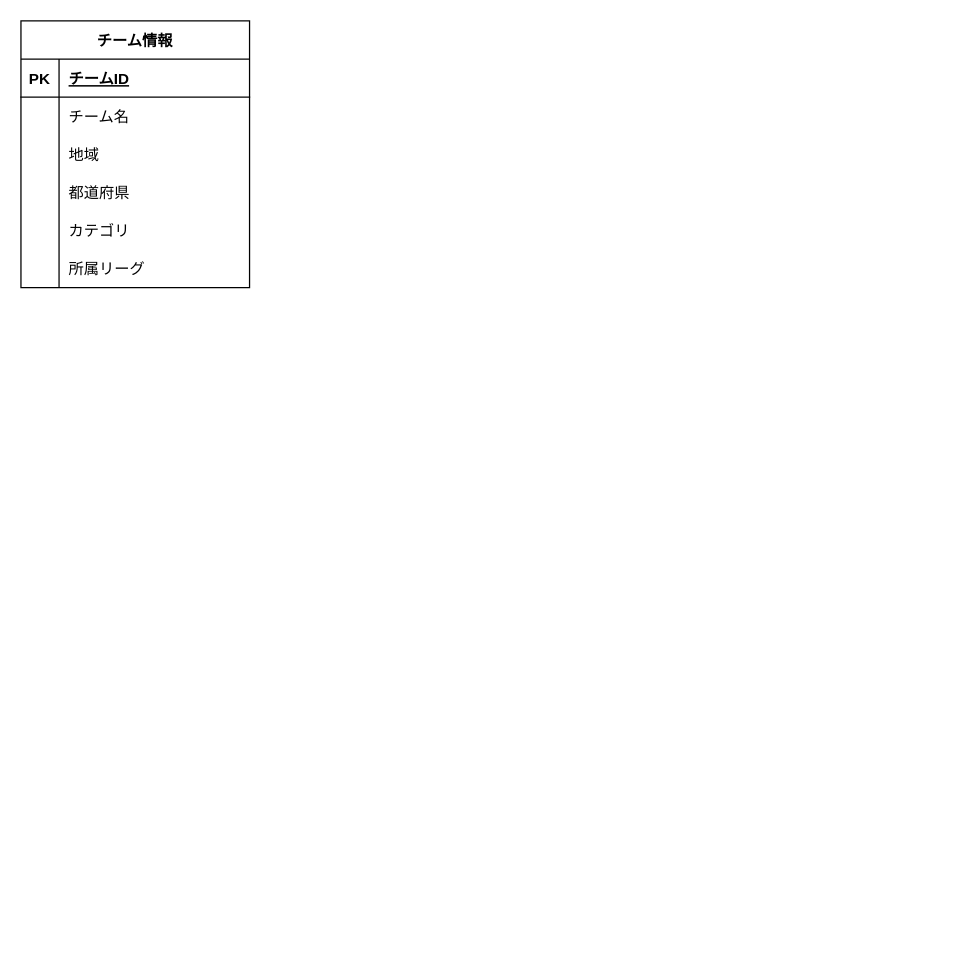
NagaoTadashi/football-matching-app keeps this draw.io diagram as docs/ERD.dio. Above is the earlier version. Source tidied: cells renumbered, new cells numbered last; positions are measured from the earlier drawing's top-left corner, leaving out a move shared by most shapes. Both pictures are drawn from the tidied source at 127%, with x=0, y=0 at pixel (20, 20).
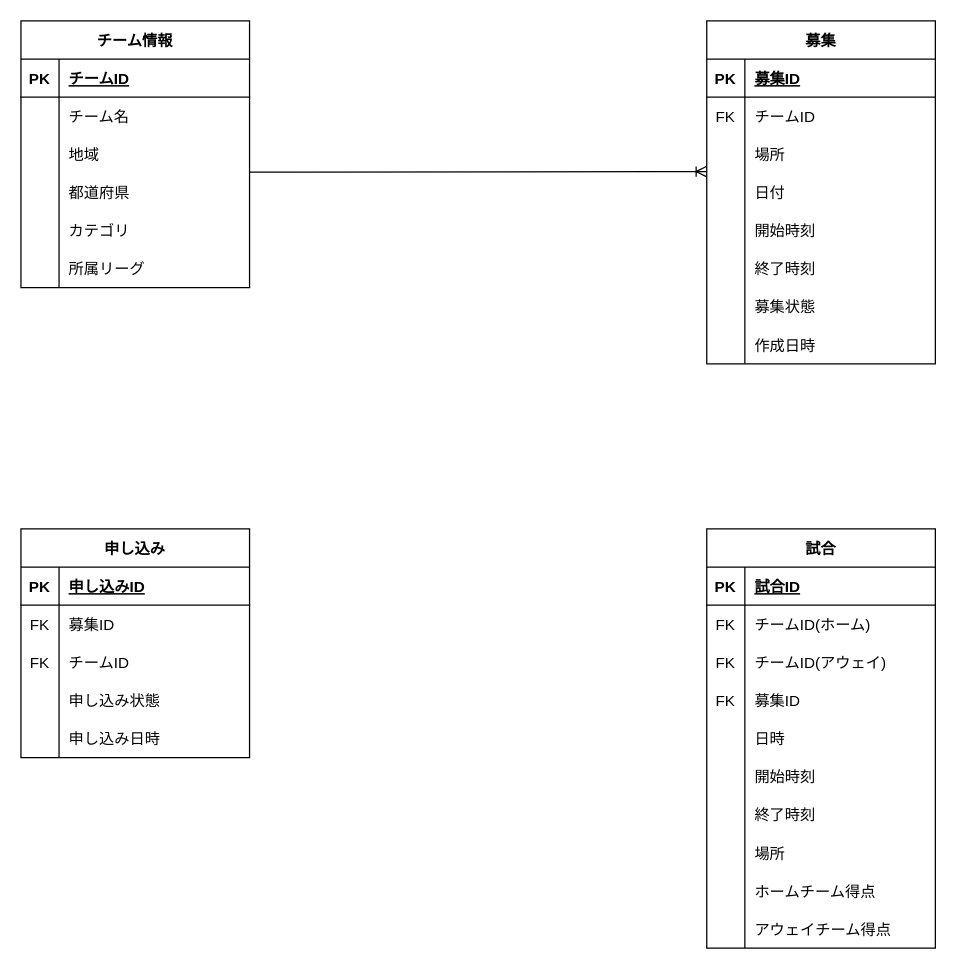
Above is the later version.

Commit message:
ER図を更新しました

Change to the diagram source:
```diff
@@
-    <mxCell id="21" style="shape=tableRow;horizontal=0;startSize=0;swimlaneHead=0;swimlaneBody=0;fillColor=none;top=0;left=0;right=0;bottom=0;" parent="1" vertex="1">
-      <mxGeometry x="230" y="338" width="180" height="30" as="geometry" />
-    </mxCell>
-    <mxCell id="22" style="shape=partialRectangle;fillColor=none;top=0;left=0;bottom=0;right=0;overflow=hidden;" parent="21" vertex="1">
-      <mxGeometry width="30" height="30" as="geometry" />
-    </mxCell>
+    <mxCell id="23" value="募集" style="shape=table;startSize=30;childLayout=tableLayout;rowLines=0;fontStyle=1;align=center;" parent="1" vertex="1">
+      <mxGeometry x="540" width="180" height="270" as="geometry" />
+    </mxCell>
+    <mxCell id="24" style="shape=tableRow;horizontal=0;startSize=0;swimlaneHead=0;swimlaneBody=0;fillColor=none;top=0;left=0;right=0;bottom=1;" parent="23" vertex="1">
+      <mxGeometry y="30" width="180" height="30" as="geometry" />
+    </mxCell>
+    <mxCell id="25" value="PK" style="shape=partialRectangle;fillColor=none;top=0;left=0;bottom=0;right=0;fontStyle=1;overflow=hidden;" parent="24" vertex="1">
+      <mxGeometry width="30" height="30" as="geometry" />
+    </mxCell>
+    <mxCell id="26" value="募集ID" style="shape=partialRectangle;fillColor=none;top=0;left=0;bottom=0;right=0;align=left;spacingLeft=6;fontStyle=5;overflow=hidden;" parent="24" vertex="1">
+      <mxGeometry x="30" width="150" height="30" as="geometry" />
+    </mxCell>
+    <mxCell id="27" style="shape=tableRow;horizontal=0;startSize=0;swimlaneHead=0;swimlaneBody=0;fillColor=none;top=0;left=0;right=0;bottom=0;" parent="23" vertex="1">
+      <mxGeometry y="60" width="180" height="30" as="geometry" />
+    </mxCell>
+    <mxCell id="28" value="FK" style="shape=partialRectangle;fillColor=none;top=0;left=0;bottom=0;right=0;overflow=hidden;" parent="27" vertex="1">
+      <mxGeometry width="30" height="30" as="geometry" />
+    </mxCell>
+    <mxCell id="29" value="チームID" style="shape=partialRectangle;fillColor=none;top=0;left=0;bottom=0;right=0;align=left;spacingLeft=6;overflow=hidden;" parent="27" vertex="1">
+      <mxGeometry x="30" width="150" height="30" as="geometry" />
+    </mxCell>
+    <mxCell id="30" style="shape=tableRow;horizontal=0;startSize=0;swimlaneHead=0;swimlaneBody=0;fillColor=none;points=[[0,0.5],[1,0.5]];portConstraint=eastwest;top=0;left=0;right=0;bottom=0;" parent="23" vertex="1">
+      <mxGeometry y="90" width="180" height="30" as="geometry" />
+    </mxCell>
+    <mxCell id="31" style="shape=partialRectangle;fillColor=none;top=0;left=0;bottom=0;right=0;overflow=hidden;" parent="30" vertex="1">
+      <mxGeometry width="30" height="30" as="geometry" />
+    </mxCell>
+    <mxCell id="32" value="場所" style="shape=partialRectangle;fillColor=none;top=0;left=0;bottom=0;right=0;align=left;spacingLeft=6;overflow=hidden;" parent="30" vertex="1">
+      <mxGeometry x="30" width="150" height="30" as="geometry" />
+    </mxCell>
+    <mxCell id="33" style="shape=tableRow;horizontal=0;startSize=0;swimlaneHead=0;swimlaneBody=0;fillColor=none;top=0;left=0;right=0;bottom=0;" parent="23" vertex="1">
+      <mxGeometry y="120" width="180" height="30" as="geometry" />
+    </mxCell>
+    <mxCell id="34" style="shape=partialRectangle;fillColor=none;top=0;left=0;bottom=0;right=0;overflow=hidden;" parent="33" vertex="1">
+      <mxGeometry width="30" height="30" as="geometry" />
+    </mxCell>
+    <mxCell id="35" value="日付" style="shape=partialRectangle;fillColor=none;top=0;left=0;bottom=0;right=0;align=left;spacingLeft=6;overflow=hidden;" parent="33" vertex="1">
+      <mxGeometry x="30" width="150" height="30" as="geometry" />
+    </mxCell>
+    <mxCell id="36" style="shape=tableRow;horizontal=0;startSize=0;swimlaneHead=0;swimlaneBody=0;fillColor=none;top=0;left=0;right=0;bottom=0;" parent="23" vertex="1">
+      <mxGeometry y="150" width="180" height="30" as="geometry" />
+    </mxCell>
+    <mxCell id="37" style="shape=partialRectangle;fillColor=none;top=0;left=0;bottom=0;right=0;overflow=hidden;" parent="36" vertex="1">
+      <mxGeometry width="30" height="30" as="geometry" />
+    </mxCell>
+    <mxCell id="38" value="開始時刻" style="shape=partialRectangle;fillColor=none;top=0;left=0;bottom=0;right=0;align=left;spacingLeft=6;overflow=hidden;" parent="36" vertex="1">
+      <mxGeometry x="30" width="150" height="30" as="geometry" />
+    </mxCell>
+    <mxCell id="39" style="shape=tableRow;horizontal=0;startSize=0;swimlaneHead=0;swimlaneBody=0;fillColor=none;top=0;left=0;right=0;bottom=0;" parent="23" vertex="1">
+      <mxGeometry y="180" width="180" height="30" as="geometry" />
+    </mxCell>
+    <mxCell id="40" style="shape=partialRectangle;fillColor=none;top=0;left=0;bottom=0;right=0;overflow=hidden;" parent="39" vertex="1">
+      <mxGeometry width="30" height="30" as="geometry" />
+    </mxCell>
+    <mxCell id="41" value="終了時刻" style="shape=partialRectangle;fillColor=none;top=0;left=0;bottom=0;right=0;align=left;spacingLeft=6;overflow=hidden;" parent="39" vertex="1">
+      <mxGeometry x="30" width="150" height="30" as="geometry" />
+    </mxCell>
+    <mxCell id="42" style="shape=tableRow;horizontal=0;startSize=0;swimlaneHead=0;swimlaneBody=0;fillColor=none;top=0;left=0;right=0;bottom=0;" parent="23" vertex="1">
+      <mxGeometry y="210" width="180" height="30" as="geometry" />
+    </mxCell>
+    <mxCell id="43" style="shape=partialRectangle;fillColor=none;top=0;left=0;bottom=0;right=0;overflow=hidden;" parent="42" vertex="1">
+      <mxGeometry width="30" height="30" as="geometry" />
+    </mxCell>
+    <mxCell id="44" value="募集状態" style="shape=partialRectangle;fillColor=none;top=0;left=0;bottom=0;right=0;align=left;spacingLeft=6;overflow=hidden;" parent="42" vertex="1">
+      <mxGeometry x="30" width="150" height="30" as="geometry" />
+    </mxCell>
+    <mxCell id="45" style="shape=tableRow;horizontal=0;startSize=0;swimlaneHead=0;swimlaneBody=0;fillColor=none;top=0;left=0;right=0;bottom=0;" parent="23" vertex="1">
+      <mxGeometry y="240" width="180" height="30" as="geometry" />
+    </mxCell>
+    <mxCell id="46" style="shape=partialRectangle;fillColor=none;top=0;left=0;bottom=0;right=0;overflow=hidden;" parent="45" vertex="1">
+      <mxGeometry width="30" height="30" as="geometry" />
+    </mxCell>
+    <mxCell id="47" value="作成日時" style="shape=partialRectangle;fillColor=none;top=0;left=0;bottom=0;right=0;align=left;spacingLeft=6;overflow=hidden;" parent="45" vertex="1">
+      <mxGeometry x="30" width="150" height="30" as="geometry" />
+    </mxCell>
+    <mxCell id="48" value="申し込み" style="shape=table;startSize=30;childLayout=tableLayout;rowLines=0;fontStyle=1;align=center;" parent="1" vertex="1">
+      <mxGeometry y="400" width="180" height="180" as="geometry" />
+    </mxCell>
+    <mxCell id="49" style="shape=tableRow;horizontal=0;startSize=0;swimlaneHead=0;swimlaneBody=0;fillColor=none;top=0;left=0;right=0;bottom=1;" parent="48" vertex="1">
+      <mxGeometry y="30" width="180" height="30" as="geometry" />
+    </mxCell>
+    <mxCell id="50" value="PK" style="shape=partialRectangle;fillColor=none;top=0;left=0;bottom=0;right=0;fontStyle=1;overflow=hidden;" parent="49" vertex="1">
+      <mxGeometry width="30" height="30" as="geometry" />
+    </mxCell>
+    <mxCell id="51" value="申し込みID" style="shape=partialRectangle;fillColor=none;top=0;left=0;bottom=0;right=0;align=left;spacingLeft=6;fontStyle=5;overflow=hidden;" parent="49" vertex="1">
+      <mxGeometry x="30" width="150" height="30" as="geometry" />
+    </mxCell>
+    <mxCell id="52" style="shape=tableRow;horizontal=0;startSize=0;swimlaneHead=0;swimlaneBody=0;fillColor=none;top=0;left=0;right=0;bottom=0;" parent="48" vertex="1">
+      <mxGeometry y="60" width="180" height="30" as="geometry" />
+    </mxCell>
+    <mxCell id="53" value="FK" style="shape=partialRectangle;fillColor=none;top=0;left=0;bottom=0;right=0;overflow=hidden;" parent="52" vertex="1">
+      <mxGeometry width="30" height="30" as="geometry" />
+    </mxCell>
+    <mxCell id="54" value="募集ID" style="shape=partialRectangle;fillColor=none;top=0;left=0;bottom=0;right=0;align=left;spacingLeft=6;overflow=hidden;" parent="52" vertex="1">
+      <mxGeometry x="30" width="150" height="30" as="geometry" />
+    </mxCell>
+    <mxCell id="55" style="shape=tableRow;horizontal=0;startSize=0;swimlaneHead=0;swimlaneBody=0;fillColor=none;top=0;left=0;right=0;bottom=0;" parent="48" vertex="1">
+      <mxGeometry y="90" width="180" height="30" as="geometry" />
+    </mxCell>
+    <mxCell id="56" value="FK" style="shape=partialRectangle;fillColor=none;top=0;left=0;bottom=0;right=0;overflow=hidden;" parent="55" vertex="1">
+      <mxGeometry width="30" height="30" as="geometry" />
+    </mxCell>
+    <mxCell id="57" value="チームID" style="shape=partialRectangle;fillColor=none;top=0;left=0;bottom=0;right=0;align=left;spacingLeft=6;overflow=hidden;" parent="55" vertex="1">
+      <mxGeometry x="30" width="150" height="30" as="geometry" />
+    </mxCell>
+    <mxCell id="58" style="shape=tableRow;horizontal=0;startSize=0;swimlaneHead=0;swimlaneBody=0;fillColor=none;top=0;left=0;right=0;bottom=0;" parent="48" vertex="1">
+      <mxGeometry y="120" width="180" height="30" as="geometry" />
+    </mxCell>
+    <mxCell id="59" style="shape=partialRectangle;fillColor=none;top=0;left=0;bottom=0;right=0;overflow=hidden;" parent="58" vertex="1">
+      <mxGeometry width="30" height="30" as="geometry" />
+    </mxCell>
+    <mxCell id="60" value="申し込み状態" style="shape=partialRectangle;fillColor=none;top=0;left=0;bottom=0;right=0;align=left;spacingLeft=6;overflow=hidden;" parent="58" vertex="1">
+      <mxGeometry x="30" width="150" height="30" as="geometry" />
+    </mxCell>
+    <mxCell id="61" style="shape=tableRow;horizontal=0;startSize=0;swimlaneHead=0;swimlaneBody=0;fillColor=none;top=0;left=0;right=0;bottom=0;" parent="48" vertex="1">
+      <mxGeometry y="150" width="180" height="30" as="geometry" />
+    </mxCell>
+    <mxCell id="62" style="shape=partialRectangle;fillColor=none;top=0;left=0;bottom=0;right=0;overflow=hidden;" parent="61" vertex="1">
+      <mxGeometry width="30" height="30" as="geometry" />
+    </mxCell>
+    <mxCell id="63" value="申し込み日時" style="shape=partialRectangle;fillColor=none;top=0;left=0;bottom=0;right=0;align=left;spacingLeft=6;overflow=hidden;" parent="61" vertex="1">
+      <mxGeometry x="30" width="150" height="30" as="geometry" />
+    </mxCell>
+    <mxCell id="64" value="試合" style="shape=table;startSize=30;childLayout=tableLayout;rowLines=0;fontStyle=1;align=center;" parent="1" vertex="1">
+      <mxGeometry x="540" y="400" width="180" height="330" as="geometry" />
+    </mxCell>
+    <mxCell id="65" style="shape=tableRow;horizontal=0;startSize=0;swimlaneHead=0;swimlaneBody=0;fillColor=none;top=0;left=0;right=0;bottom=1;" parent="64" vertex="1">
+      <mxGeometry y="30" width="180" height="30" as="geometry" />
+    </mxCell>
+    <mxCell id="66" value="PK" style="shape=partialRectangle;fillColor=none;top=0;left=0;bottom=0;right=0;fontStyle=1;overflow=hidden;" parent="65" vertex="1">
+      <mxGeometry width="30" height="30" as="geometry" />
+    </mxCell>
+    <mxCell id="67" value="試合ID" style="shape=partialRectangle;fillColor=none;top=0;left=0;bottom=0;right=0;align=left;spacingLeft=6;fontStyle=5;overflow=hidden;" parent="65" vertex="1">
+      <mxGeometry x="30" width="150" height="30" as="geometry" />
+    </mxCell>
+    <mxCell id="68" style="shape=tableRow;horizontal=0;startSize=0;swimlaneHead=0;swimlaneBody=0;fillColor=none;top=0;left=0;right=0;bottom=0;" parent="64" vertex="1">
+      <mxGeometry y="60" width="180" height="30" as="geometry" />
+    </mxCell>
+    <mxCell id="69" value="FK" style="shape=partialRectangle;fillColor=none;top=0;left=0;bottom=0;right=0;overflow=hidden;" parent="68" vertex="1">
+      <mxGeometry width="30" height="30" as="geometry" />
+    </mxCell>
+    <mxCell id="70" value="チームID(ホーム)" style="shape=partialRectangle;fillColor=none;top=0;left=0;bottom=0;right=0;align=left;spacingLeft=6;overflow=hidden;" parent="68" vertex="1">
+      <mxGeometry x="30" width="150" height="30" as="geometry" />
+    </mxCell>
+    <mxCell id="71" style="shape=tableRow;horizontal=0;startSize=0;swimlaneHead=0;swimlaneBody=0;fillColor=none;top=0;left=0;right=0;bottom=0;" parent="64" vertex="1">
+      <mxGeometry y="90" width="180" height="30" as="geometry" />
+    </mxCell>
+    <mxCell id="72" value="FK" style="shape=partialRectangle;fillColor=none;top=0;left=0;bottom=0;right=0;overflow=hidden;" parent="71" vertex="1">
+      <mxGeometry width="30" height="30" as="geometry" />
+    </mxCell>
+    <mxCell id="73" value="チームID(アウェイ)" style="shape=partialRectangle;fillColor=none;top=0;left=0;bottom=0;right=0;align=left;spacingLeft=6;overflow=hidden;" parent="71" vertex="1">
+      <mxGeometry x="30" width="150" height="30" as="geometry" />
+    </mxCell>
+    <mxCell id="74" style="shape=tableRow;horizontal=0;startSize=0;swimlaneHead=0;swimlaneBody=0;fillColor=none;top=0;left=0;right=0;bottom=0;" parent="64" vertex="1">
+      <mxGeometry y="120" width="180" height="30" as="geometry" />
+    </mxCell>
+    <mxCell id="75" value="FK" style="shape=partialRectangle;fillColor=none;top=0;left=0;bottom=0;right=0;overflow=hidden;" parent="74" vertex="1">
+      <mxGeometry width="30" height="30" as="geometry" />
+    </mxCell>
+    <mxCell id="76" value="募集ID" style="shape=partialRectangle;fillColor=none;top=0;left=0;bottom=0;right=0;align=left;spacingLeft=6;overflow=hidden;" parent="74" vertex="1">
+      <mxGeometry x="30" width="150" height="30" as="geometry" />
+    </mxCell>
+    <mxCell id="77" style="shape=tableRow;horizontal=0;startSize=0;swimlaneHead=0;swimlaneBody=0;fillColor=none;top=0;left=0;right=0;bottom=0;" parent="64" vertex="1">
+      <mxGeometry y="150" width="180" height="30" as="geometry" />
+    </mxCell>
+    <mxCell id="78" style="shape=partialRectangle;fillColor=none;top=0;left=0;bottom=0;right=0;overflow=hidden;" parent="77" vertex="1">
+      <mxGeometry width="30" height="30" as="geometry" />
+    </mxCell>
+    <mxCell id="79" value="日時" style="shape=partialRectangle;fillColor=none;top=0;left=0;bottom=0;right=0;align=left;spacingLeft=6;overflow=hidden;" parent="77" vertex="1">
+      <mxGeometry x="30" width="150" height="30" as="geometry" />
+    </mxCell>
+    <mxCell id="80" style="shape=tableRow;horizontal=0;startSize=0;swimlaneHead=0;swimlaneBody=0;fillColor=none;top=0;left=0;right=0;bottom=0;" parent="64" vertex="1">
+      <mxGeometry y="180" width="180" height="30" as="geometry" />
+    </mxCell>
+    <mxCell id="81" style="shape=partialRectangle;fillColor=none;top=0;left=0;bottom=0;right=0;overflow=hidden;" parent="80" vertex="1">
+      <mxGeometry width="30" height="30" as="geometry" />
+    </mxCell>
+    <mxCell id="82" value="開始時刻" style="shape=partialRectangle;fillColor=none;top=0;left=0;bottom=0;right=0;align=left;spacingLeft=6;overflow=hidden;" parent="80" vertex="1">
+      <mxGeometry x="30" width="150" height="30" as="geometry" />
+    </mxCell>
+    <mxCell id="83" style="shape=tableRow;horizontal=0;startSize=0;swimlaneHead=0;swimlaneBody=0;fillColor=none;top=0;left=0;right=0;bottom=0;" parent="64" vertex="1">
+      <mxGeometry y="210" width="180" height="30" as="geometry" />
+    </mxCell>
+    <mxCell id="84" style="shape=partialRectangle;fillColor=none;top=0;left=0;bottom=0;right=0;overflow=hidden;" parent="83" vertex="1">
+      <mxGeometry width="30" height="30" as="geometry" />
+    </mxCell>
+    <mxCell id="85" value="終了時刻" style="shape=partialRectangle;fillColor=none;top=0;left=0;bottom=0;right=0;align=left;spacingLeft=6;overflow=hidden;" parent="83" vertex="1">
+      <mxGeometry x="30" width="150" height="30" as="geometry" />
+    </mxCell>
+    <mxCell id="86" style="shape=tableRow;horizontal=0;startSize=0;swimlaneHead=0;swimlaneBody=0;fillColor=none;top=0;left=0;right=0;bottom=0;" parent="64" vertex="1">
+      <mxGeometry y="240" width="180" height="30" as="geometry" />
+    </mxCell>
+    <mxCell id="87" style="shape=partialRectangle;fillColor=none;top=0;left=0;bottom=0;right=0;overflow=hidden;" parent="86" vertex="1">
+      <mxGeometry width="30" height="30" as="geometry" />
+    </mxCell>
+    <mxCell id="88" value="場所" style="shape=partialRectangle;fillColor=none;top=0;left=0;bottom=0;right=0;align=left;spacingLeft=6;overflow=hidden;" parent="86" vertex="1">
+      <mxGeometry x="30" width="150" height="30" as="geometry" />
+    </mxCell>
+    <mxCell id="89" style="shape=tableRow;horizontal=0;startSize=0;swimlaneHead=0;swimlaneBody=0;fillColor=none;top=0;left=0;right=0;bottom=0;" parent="64" vertex="1">
+      <mxGeometry y="270" width="180" height="30" as="geometry" />
+    </mxCell>
+    <mxCell id="90" style="shape=partialRectangle;fillColor=none;top=0;left=0;bottom=0;right=0;overflow=hidden;" parent="89" vertex="1">
+      <mxGeometry width="30" height="30" as="geometry" />
+    </mxCell>
+    <mxCell id="91" value="ホームチーム得点" style="shape=partialRectangle;fillColor=none;top=0;left=0;bottom=0;right=0;align=left;spacingLeft=6;overflow=hidden;" parent="89" vertex="1">
+      <mxGeometry x="30" width="150" height="30" as="geometry" />
+    </mxCell>
+    <mxCell id="92" style="shape=tableRow;horizontal=0;startSize=0;swimlaneHead=0;swimlaneBody=0;fillColor=none;top=0;left=0;right=0;bottom=0;" parent="64" vertex="1">
+      <mxGeometry y="300" width="180" height="30" as="geometry" />
+    </mxCell>
+    <mxCell id="93" style="shape=partialRectangle;fillColor=none;top=0;left=0;bottom=0;right=0;overflow=hidden;" parent="92" vertex="1">
+      <mxGeometry width="30" height="30" as="geometry" />
+    </mxCell>
+    <mxCell id="94" value="アウェイチーム得点" style="shape=partialRectangle;fillColor=none;top=0;left=0;bottom=0;right=0;align=left;spacingLeft=6;overflow=hidden;" parent="92" vertex="1">
+      <mxGeometry x="30" width="150" height="30" as="geometry" />
+    </mxCell>
+    <mxCell id="95" style="edgeStyle=entityRelationEdgeStyle;fontSize=12;html=1;endArrow=ERoneToMany;entryX=-0.002;entryY=0.954;entryDx=0;entryDy=0;entryPerimeter=0;" parent="1" edge="1" target="30">
+      <mxGeometry relative="1" as="geometry">
+        <mxPoint x="180" y="119" as="sourcePoint" />
+      </mxGeometry>
+    </mxCell>
```
